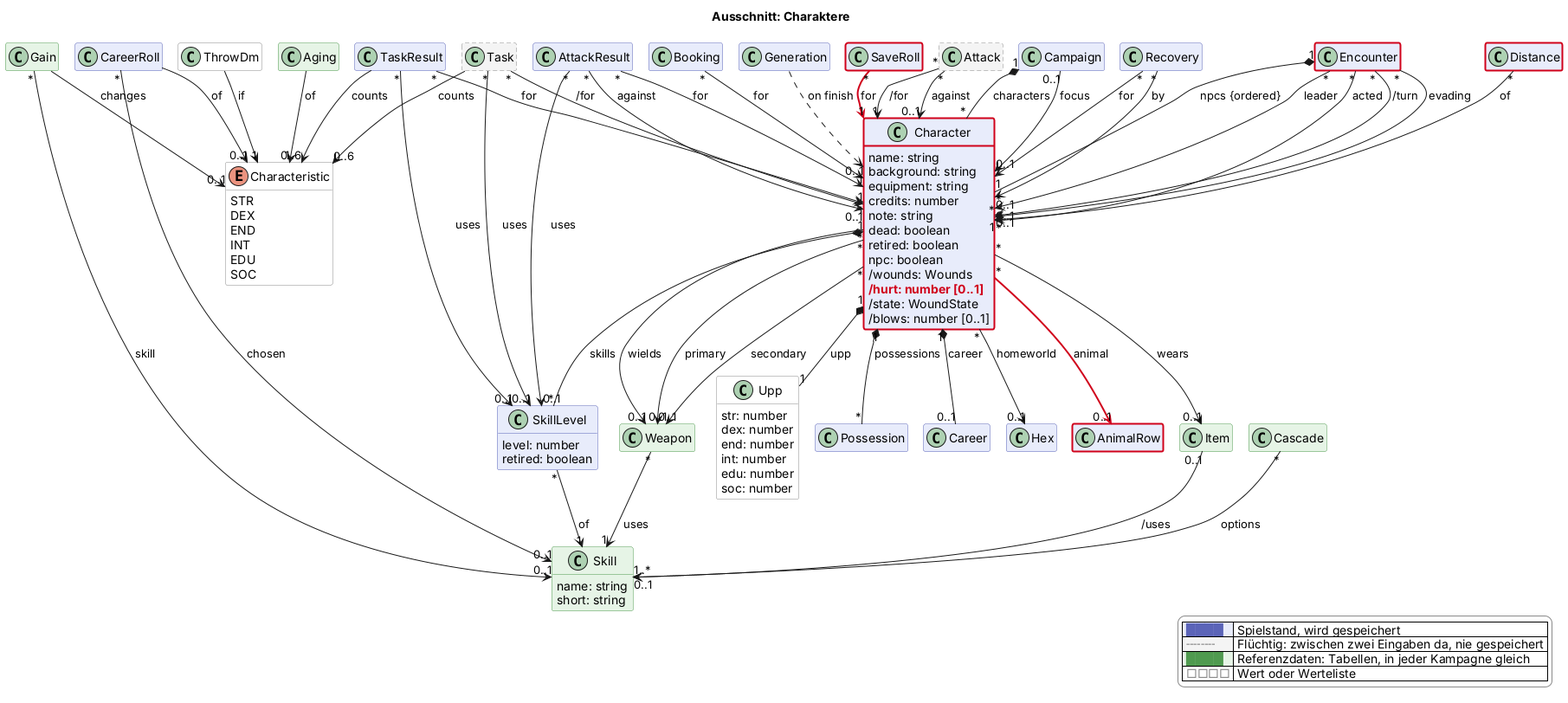
Before: docs/views/charakter.png, a diagram exported from PlantUML (scuzzar/SRE).
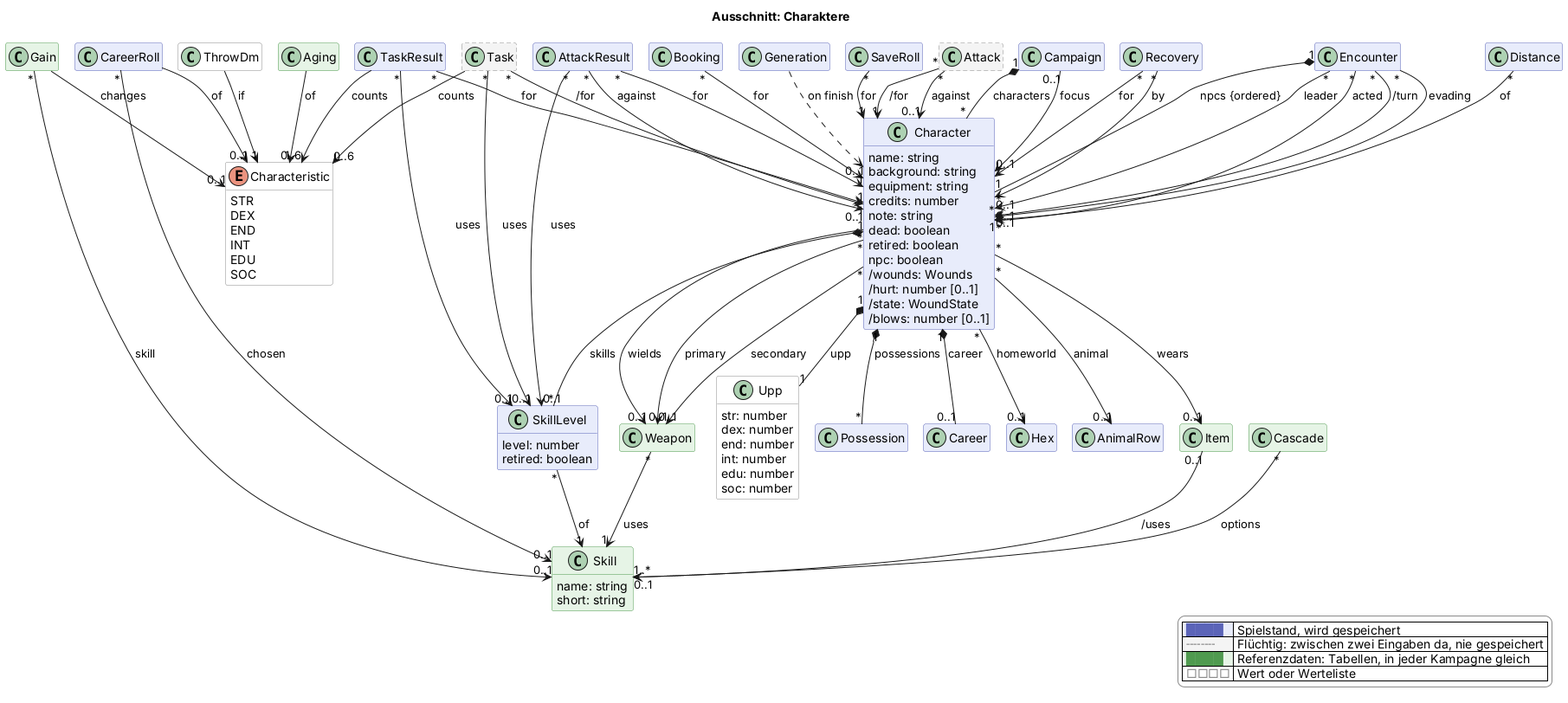
Above is the later version.

The edit, as a diff of the source:
```diff
@@ -78,7 +78,7 @@
     retired: boolean
     npc: boolean
     /wounds: Wounds
-    $new("2026-11-12c", "/hurt: number [0..1]")
+    /hurt: number [0..1]
     /state: WoundState
     /blows: number [0..1]
   }
@@ -102,7 +102,7 @@
 
   class Hex $sektor
 
-  class SaveRoll $begegnung $newClass("2026-11-12c")
+  class SaveRoll $begegnung
 
   class Task <<transient>> $probe
   class TaskResult $probe
@@ -111,7 +111,7 @@
   class Recovery $kampf
   class Encounter $begegnung
   class Distance $begegnung
-  class AnimalRow $begegnung $newClass("2026-11-12c")
+  class AnimalRow $begegnung
 
   class Skill <<reference>> $charakter {
     name: string
@@ -176,8 +176,8 @@
 AttackResult "*" --> "0..1" Character : against
 AttackResult "*" --> "0..1" SkillLevel : uses
 
-SaveRoll "*" -$newArrow("2026-11-12c")-> "1" Character : for
-Character "*" -$newArrow("2026-11-12c")-> "0..1" AnimalRow : animal
+SaveRoll "*" --> "1" Character : for
+Character "*" --> "0..1" AnimalRow : animal
 Encounter "1" *-- "*" Character : npcs {ordered}
 Encounter "*" --> "0..1" Character : leader
 Encounter "*" --> "*" Character : acted
@@ -194,7 +194,4 @@
   |<#e6f4e6> <color:#4f9a4f>████</color> | Referenzdaten: Tabellen, in jeder Kampagne gleich |
   |<#ffffff> <color:#8a8a8a>□□□□</color> | Wert oder Werteliste |
 endlegend
-class Character #line:d0021b;line.bold
-class Encounter #line:d0021b;line.bold
-class Distance #line:d0021b;line.bold
 @enduml
```
